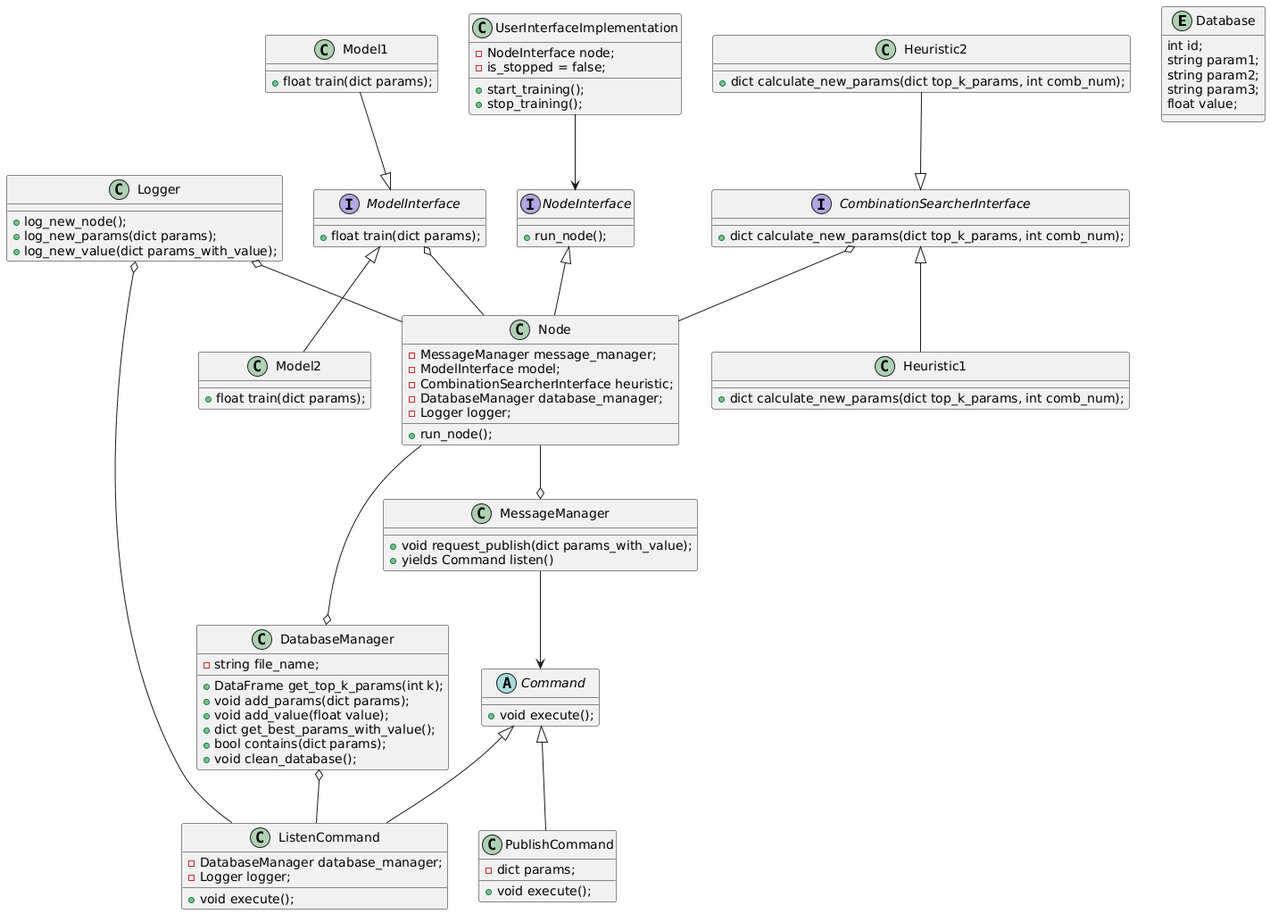
Before: class.png, a diagram exported from PlantUML (lidiamoryc/DesignPatterns).
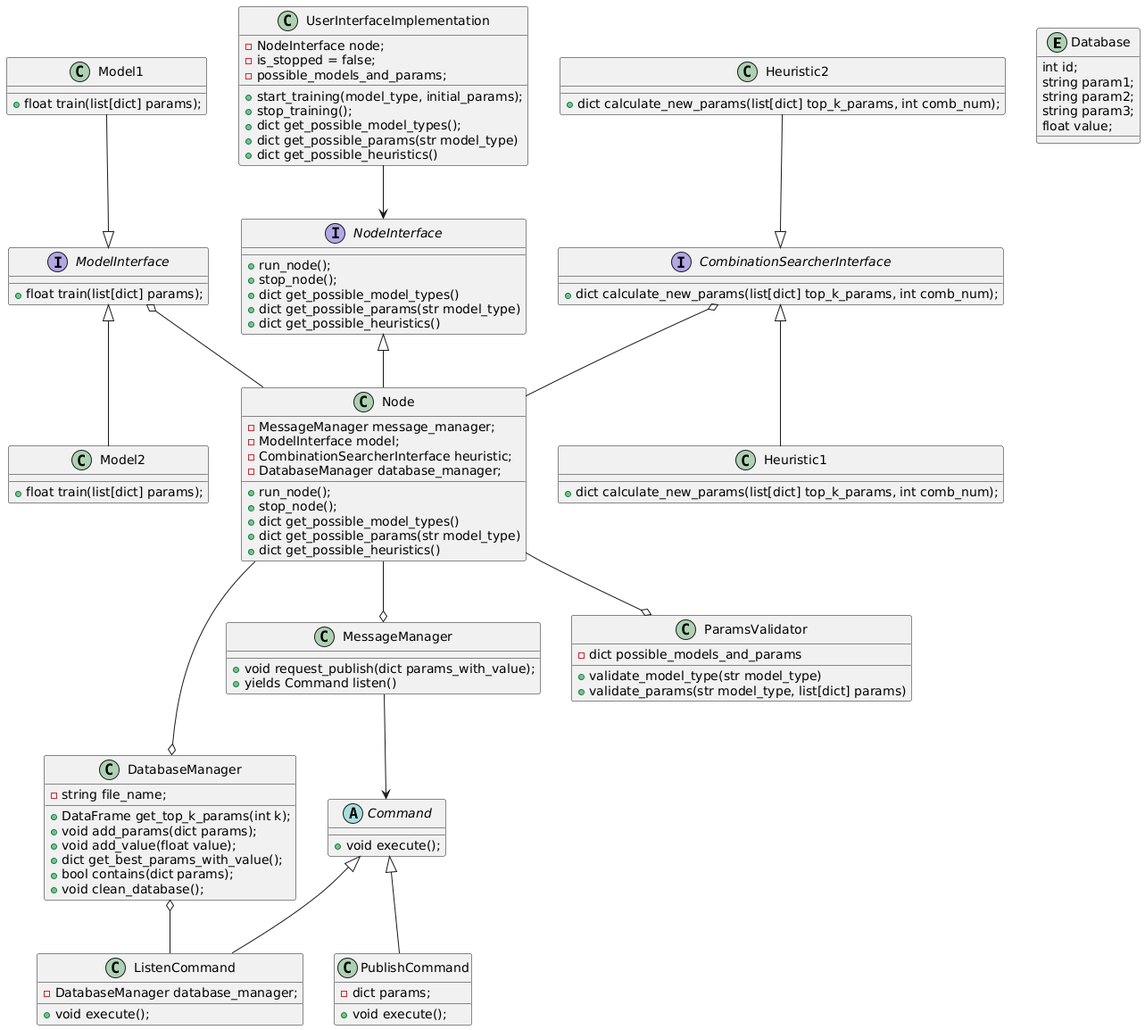
The same file after the commit.

Commit message:
Updated class diagram

The edit, as a diff of the source:
```diff
@@ -18,7 +18,6 @@
 
 class ListenCommand {
   - DatabaseManager database_manager;
-  - Logger logger;
   + void execute();
 }
 
@@ -32,36 +31,47 @@
   - ModelInterface model;
   - CombinationSearcherInterface heuristic;
   - DatabaseManager database_manager;
-  - Logger logger;
   + run_node();
+  + stop_node();
+  + dict get_possible_model_types()
+  + dict get_possible_params(str model_type)
+  + dict get_possible_heuristics()
 }
 
 class UserInterfaceImplementation {
   - NodeInterface node;
   - is_stopped = false;
-  + start_training();
+  - possible_models_and_params;
+  + start_training(model_type, initial_params);
   + stop_training();
+  + dict get_possible_model_types();
+  + dict get_possible_params(str model_type)
+  + dict get_possible_heuristics()
 }
 
 interface NodeInterface {
   + run_node();
+  + stop_node();
+  + dict get_possible_model_types()
+  + dict get_possible_params(str model_type)
+  + dict get_possible_heuristics()
 }
 
 
 interface ModelInterface {
-  + float train(dict params);
+  + float train(list[dict] params);
 }
 
 class Heuristic1 {
-  + dict calculate_new_params(dict top_k_params, int comb_num);
+  + dict calculate_new_params(list[dict] top_k_params, int comb_num);
 }
 
 class Heuristic2{
-  + dict calculate_new_params(dict top_k_params, int comb_num);
+  + dict calculate_new_params(list[dict] top_k_params, int comb_num);
 }
 
 interface CombinationSearcherInterface {
-  + dict calculate_new_params(dict top_k_params, int comb_num);
+  + dict calculate_new_params(list[dict] top_k_params, int comb_num);
 }
 
 class DatabaseManager {
@@ -75,17 +85,17 @@
 }
 
 class Model1 {
-  + float train(dict params);
+  + float train(list[dict] params);
 }
 
 class Model2 {
-  + float train(dict params);
+  + float train(list[dict] params);
 }
 
-class Logger {
-  + log_new_node();
-  + log_new_params(dict params);
-  + log_new_value(dict params_with_value);
+class ParamsValidator{
+    - dict possible_models_and_params
+    + validate_model_type(str model_type)
+    + validate_params(str model_type, list[dict] params)
 }
 
 NodeInterface <|-- Node
@@ -101,7 +111,6 @@
 Model2 -up-|> ModelInterface
 Node --o DatabaseManager
 Node --o MessageManager
+Node --o ParamsValidator
 ListenCommand -up-o DatabaseManager
-ListenCommand -up-o Logger
-Node -up-o Logger
 @enduml
```
